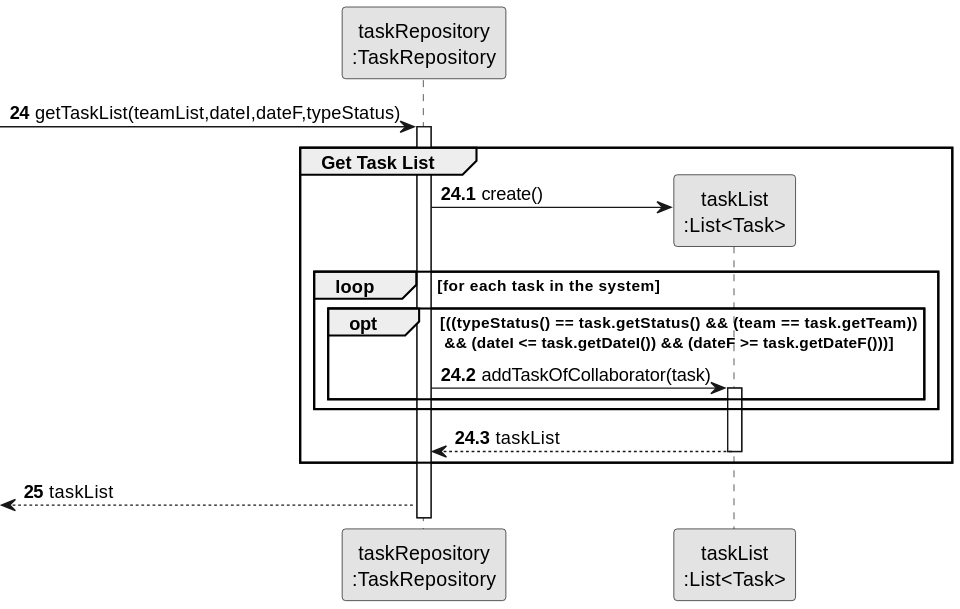
Above: docs/sprintC/us028/03.design/svg/us028-sequence-diagram-partial-get-task-list.svg in diogoveirospro/lei-24-s2-1dg-g072 (PlantUML), before the change.
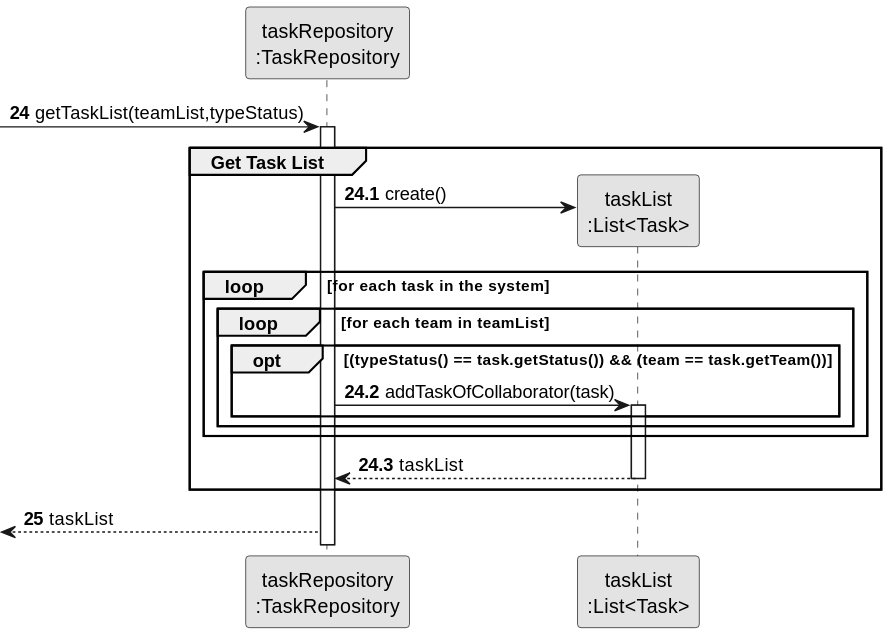
After the commit.

Diff of the diagram source:
```diff
@@ -12,18 +12,19 @@
 
 autonumber 24
 
- -> taskRepository : getTaskList(teamList,dateI,dateF,typeStatus)
+ -> taskRepository : getTaskList(teamList,typeStatus)
 autonumber 24.1
 activate taskRepository
     group Get Task List
 
 taskRepository -> LISTTASK** : create()
                 loop for each task in the system
-                    opt ((typeStatus() == task.getStatus() && (team == task.getTeam))\n && (dateI <= task.getDateI()) && (dateF >= task.getDateF()))
+                    loop for each team in teamList
+                    opt (typeStatus() == task.getStatus()) && (team == task.getTeam())
                         taskRepository -> LISTTASK : addTaskOfCollaborator(task)
                             activate LISTTASK
                     end
-
+                    end
                 end
             LISTTASK --> taskRepository : taskList
             deactivate LISTTASK
```
